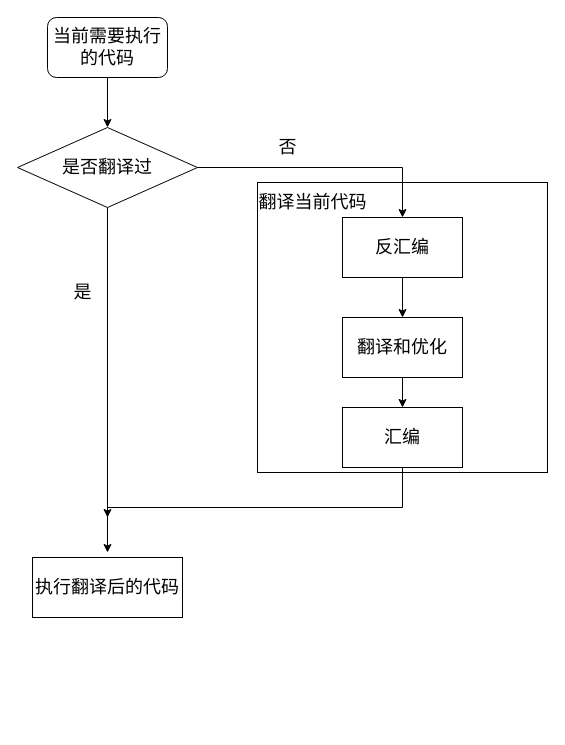
The draw.io diagram page "第 12 页" (12 of 17) of lajit.drawio in ganjue66da/ganjue66da, before the edit. Source tidied: cells renumbered, new cells numbered last; positions are measured from the earlier drawing's top-left corner, leaving out a move shared by most shapes. Both pictures are drawn from the tidied source at 100%, with x=0, y=0 at pixel (17, 17).
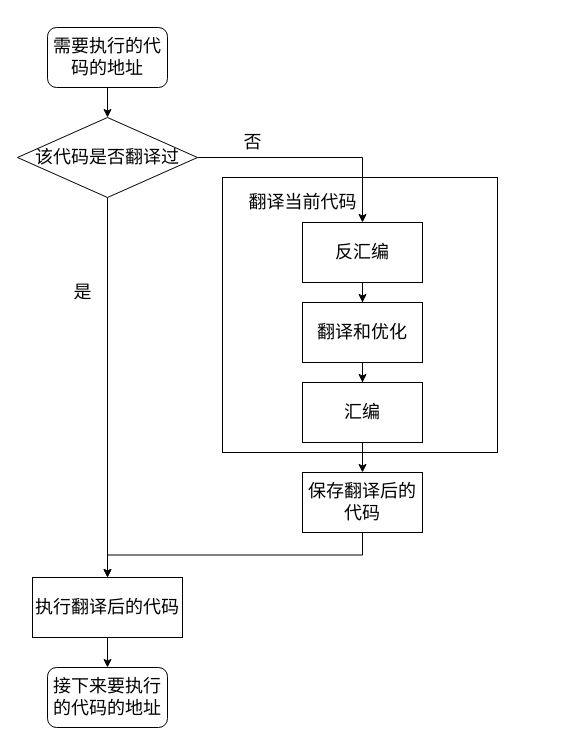
After the change.

Diff of the diagram source:
```diff
@@
     <mxCell id="3" value="反汇编" style="rounded=0;whiteSpace=wrap;html=1;fontSize=18;fillColor=none;" parent="1" vertex="1">
-      <mxGeometry x="325" y="200" width="120" height="60" as="geometry" />
+      <mxGeometry x="285" y="205" width="120" height="60" as="geometry" />
     </mxCell>
@@
     <mxCell id="5" value="翻译和优化" style="rounded=0;whiteSpace=wrap;html=1;fontSize=18;fillColor=none;" parent="1" vertex="1">
-      <mxGeometry x="325" y="300" width="120" height="60" as="geometry" />
+      <mxGeometry x="285" y="285" width="120" height="60" as="geometry" />
     </mxCell>
-    <mxCell id="6" style="edgeStyle=orthogonalEdgeStyle;rounded=0;jettySize=auto;html=1;exitX=0.5;exitY=1;exitDx=0;exitDy=0;fontSize=18;" parent="1" edge="1" source="7">
-      <mxGeometry relative="1" as="geometry">
-        <mxPoint x="90" y="500" as="targetPoint" />
-        <Array as="points">
-          <mxPoint x="385" y="490" />
-          <mxPoint x="90" y="490" />
-        </Array>
-      </mxGeometry>
-    </mxCell>
+    <mxCell id="19" style="edgeStyle=orthogonalEdgeStyle;rounded=0;jettySize=auto;html=1;exitX=0.5;exitY=1;exitDx=0;exitDy=0;fontSize=18;" parent="1" edge="1" source="7">
+      <mxGeometry relative="1" as="geometry">
+        <mxPoint x="345" y="455" as="targetPoint" />
+      </mxGeometry>
+    </mxCell>
     <mxCell id="7" value="汇编" style="rounded=0;whiteSpace=wrap;html=1;fontSize=18;fillColor=none;" parent="1" vertex="1">
-      <mxGeometry x="325" y="390" width="120" height="60" as="geometry" />
+      <mxGeometry x="285" y="365" width="120" height="60" as="geometry" />
     </mxCell>
     <mxCell id="8" style="whiteSpace=wrap;html=1;fontSize=18;fillColor=none;" parent="1" vertex="1">
-      <mxGeometry x="240" y="165" width="290" height="290" as="geometry" />
+      <mxGeometry x="205" y="160" width="275" height="275" as="geometry" />
     </mxCell>
     <mxCell id="9" style="edgeStyle=orthogonalEdgeStyle;rounded=0;orthogonalLoop=1;jettySize=auto;html=1;exitX=0.5;exitY=1;exitDx=0;exitDy=0;fontSize=18;" parent="1" edge="1">
       <mxGeometry relative="1" as="geometry">
-        <mxPoint x="90" y="60" as="sourcePoint" />
-        <mxPoint x="90" y="110" as="targetPoint" />
+        <mxPoint x="90" y="50" as="sourcePoint" />
+        <mxPoint x="90" y="100" as="targetPoint" />
       </mxGeometry>
     </mxCell>
     <mxCell id="10" value="翻译当前代码" style="text;html=1;align=center;verticalAlign=middle;strokeColor=none;fillColor=none;fontSize=18;" parent="1" vertex="1">
-      <mxGeometry x="230" y="165" width="130" height="40" as="geometry" />
+      <mxGeometry x="220" y="165" width="130" height="40" as="geometry" />
     </mxCell>
-    <mxCell id="11" style="edgeStyle=orthogonalEdgeStyle;rounded=0;jettySize=auto;html=1;exitX=0.5;exitY=1;exitDx=0;exitDy=0;entryX=0.5;entryY=0;entryDx=0;entryDy=0;fontSize=18;" parent="1" edge="1" source="13">
-      <mxGeometry relative="1" as="geometry">
-        <mxPoint x="90" y="535" as="targetPoint" />
-      </mxGeometry>
+    <mxCell id="11" style="edgeStyle=orthogonalEdgeStyle;rounded=0;jettySize=auto;html=1;exitX=0.5;exitY=1;exitDx=0;exitDy=0;entryX=0.5;entryY=0;entryDx=0;entryDy=0;fontSize=18;" parent="1" edge="1" source="13" target="17">
+      <mxGeometry relative="1" as="geometry" />
     </mxCell>
@@
-    <mxCell id="13" value="是否翻译过" style="rhombus;whiteSpace=wrap;html=1;fontSize=18;fillColor=none;" parent="1" vertex="1">
-      <mxGeometry y="110" width="180" height="80" as="geometry" />
+    <mxCell id="13" value="该代码是否翻译过" style="rhombus;whiteSpace=wrap;html=1;fontSize=18;fillColor=none;" parent="1" vertex="1">
+      <mxGeometry y="100" width="180" height="80" as="geometry" />
     </mxCell>
@@
     <mxCell id="15" value="否" style="text;html=1;align=center;verticalAlign=middle;strokeColor=none;fillColor=none;fontSize=18;" parent="1" vertex="1">
-      <mxGeometry x="255" y="115" width="30" height="30" as="geometry" />
+      <mxGeometry x="220" y="110" width="30" height="30" as="geometry" />
     </mxCell>
-    <mxCell id="16" value="当前需要执行的代码" style="rounded=1;whiteSpace=wrap;html=1;fontSize=18;fillColor=#FFFFFF;" parent="1" vertex="1">
-      <mxGeometry x="30" width="120" height="60" as="geometry" />
+    <mxCell id="16" value="需要执行的代码的地址" style="rounded=1;whiteSpace=wrap;html=1;fontSize=18;fillColor=#FFFFFF;" parent="1" vertex="1">
+      <mxGeometry x="30" y="10" width="120" height="60" as="geometry" />
     </mxCell>
+    <mxCell id="20" style="edgeStyle=orthogonalEdgeStyle;rounded=0;jettySize=auto;html=1;exitX=0.5;exitY=1;exitDx=0;exitDy=0;entryX=0.5;entryY=0;entryDx=0;entryDy=0;fontSize=18;" parent="1" edge="1" source="17" target="23">
+      <mxGeometry relative="1" as="geometry" />
+    </mxCell>
     <mxCell id="17" value="执行翻译后的代码" style="rounded=0;whiteSpace=wrap;html=1;fontSize=18;fillColor=#FFFFFF;" parent="1" vertex="1">
-      <mxGeometry x="15" y="540" width="150" height="60" as="geometry" />
+      <mxGeometry x="15" y="560" width="150" height="60" as="geometry" />
     </mxCell>
@@
+    <mxCell id="21" style="edgeStyle=orthogonalEdgeStyle;rounded=0;jettySize=auto;html=1;exitX=0.5;exitY=1;exitDx=0;exitDy=0;entryX=0.5;entryY=0;entryDx=0;entryDy=0;fontSize=18;" parent="1" edge="1" source="22" target="17">
+      <mxGeometry relative="1" as="geometry" />
+    </mxCell>
+    <mxCell id="22" value="&lt;font style=&quot;font-size: 18px;&quot;&gt;保存翻译后的代码&lt;/font&gt;" style="rounded=0;whiteSpace=wrap;html=1;fillColor=none;" parent="1" vertex="1">
+      <mxGeometry x="285" y="455" width="120" height="60" as="geometry" />
+    </mxCell>
+    <mxCell id="23" value="接下来要执行的代码的地址" style="rounded=1;whiteSpace=wrap;html=1;fontSize=18;fillColor=#FFFFFF;" parent="1" vertex="1">
+      <mxGeometry x="30" y="650" width="120" height="60" as="geometry" />
+    </mxCell>
```
